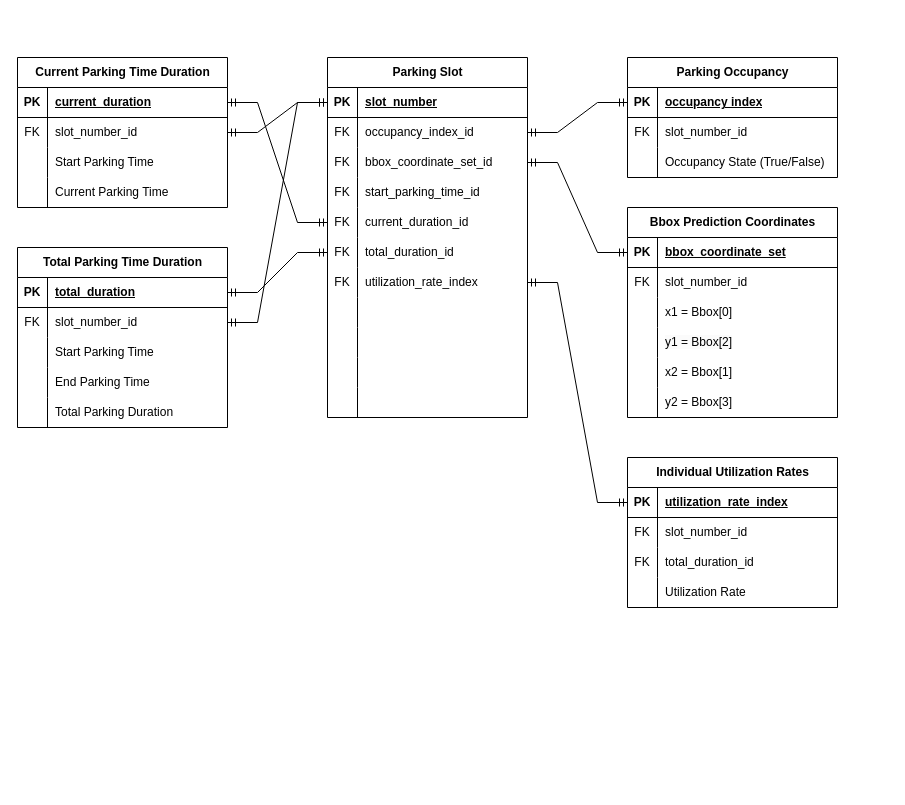
Above: sql_schema_draft.drawio in j-coching/Parking-Management-BIM-Expt (draw.io), before the change. Source tidied: cells renumbered, new cells numbered last; positions are measured from the earlier drawing's top-left corner, leaving out a move shared by most shapes. Both pictures are drawn from the tidied source at 100%, with x=0, y=0 at pixel (17, 57).
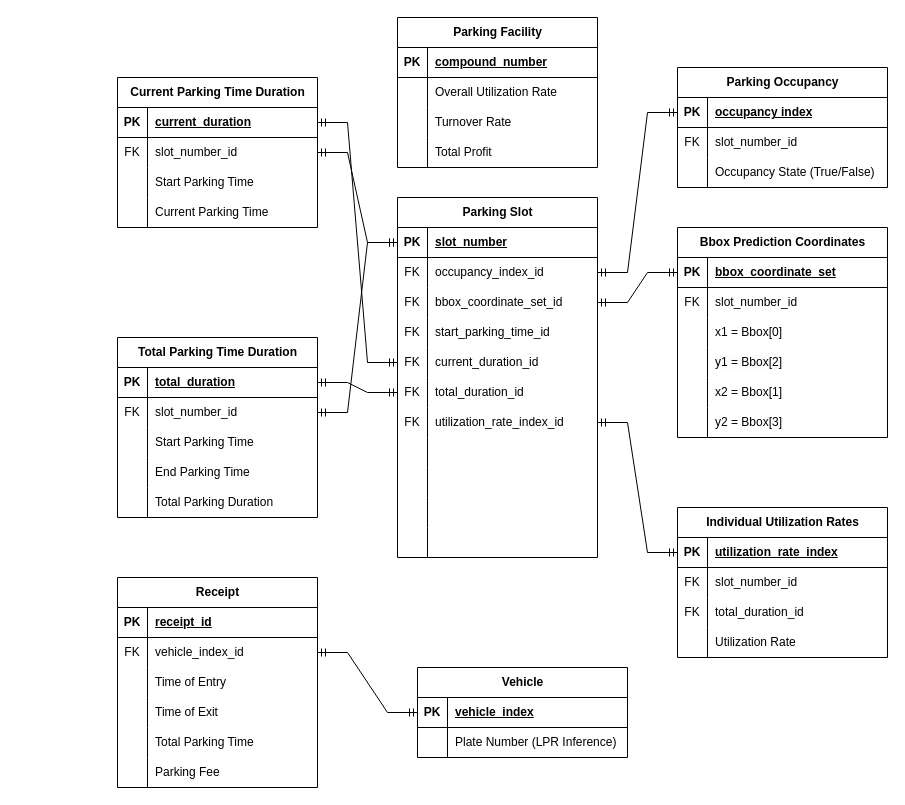
The same diagram, later.

The change refers to these unchanged cells:
```xml
<mxCell id="21" style="shape=tableRow;horizontal=0;startSize=0;swimlaneHead=0;swimlaneBody=0;fillColor=none;points=[[0,0.5],[1,0.5]];portConstraint=eastwest;top=0;left=0;right=0;bottom=0;" parent="2" vertex="1">
  <mxGeometry y="210" width="200" height="30" as="geometry" />
</mxCell>
```

Diff of the diagram source:
```diff
@@
     <mxCell id="2" value="Parking Slot" style="shape=table;startSize=30;childLayout=tableLayout;rowLines=0;fontStyle=1;align=center;html=1;" parent="1" vertex="1">
-      <mxGeometry x="310" width="200" height="360" as="geometry" />
+      <mxGeometry x="380" y="140" width="200" height="360" as="geometry" />
     </mxCell>
@@
-    <mxCell id="23" value="utilization_rate_index" style="shape=partialRectangle;fillColor=none;top=0;left=0;bottom=0;right=0;align=left;spacingLeft=6;overflow=hidden;whiteSpace=wrap;html=1;" parent="21" vertex="1">
+    <mxCell id="23" value="utilization_rate_index_id" style="shape=partialRectangle;fillColor=none;top=0;left=0;bottom=0;right=0;align=left;spacingLeft=6;overflow=hidden;whiteSpace=wrap;html=1;" parent="21" vertex="1">
       <mxGeometry x="30" width="170" height="30" as="geometry" />
     </mxCell>
@@
     <mxCell id="37" value="Parking Occupancy" style="shape=table;startSize=30;childLayout=tableLayout;rowLines=0;fontStyle=1;align=center;html=1;" parent="1" vertex="1">
-      <mxGeometry x="610" width="210" height="120" as="geometry" />
+      <mxGeometry x="660" y="10" width="210" height="120" as="geometry" />
     </mxCell>
@@
     <mxCell id="47" value="Bbox Prediction Coordinates" style="shape=table;startSize=30;childLayout=tableLayout;rowLines=0;fontStyle=1;align=center;html=1;" parent="1" vertex="1">
-      <mxGeometry x="610" y="150" width="210" height="210" as="geometry" />
+      <mxGeometry x="660" y="170" width="210" height="210" as="geometry" />
     </mxCell>
@@
     <mxCell id="67" value="Current Parking Time Duration" style="shape=table;startSize=30;childLayout=tableLayout;rowLines=0;fontStyle=1;align=center;html=1;" parent="1" vertex="1">
-      <mxGeometry width="210" height="150" as="geometry" />
+      <mxGeometry x="100" y="20" width="200" height="150" as="geometry" />
     </mxCell>
     <mxCell id="68" style="shape=tableRow;horizontal=0;startSize=0;swimlaneHead=0;swimlaneBody=0;fillColor=none;points=[[0,0.5],[1,0.5]];portConstraint=eastwest;top=0;left=0;right=0;bottom=1;" parent="67" vertex="1">
-      <mxGeometry y="30" width="210" height="30" as="geometry" />
+      <mxGeometry y="30" width="200" height="30" as="geometry" />
     </mxCell>
@@
     <mxCell id="70" value="current_duration" style="shape=partialRectangle;fillColor=none;top=0;left=0;bottom=0;right=0;align=left;spacingLeft=6;fontStyle=5;overflow=hidden;whiteSpace=wrap;html=1;" parent="68" vertex="1">
-      <mxGeometry x="30" width="180" height="30" as="geometry" />
+      <mxGeometry x="30" width="170" height="30" as="geometry" />
     </mxCell>
     <mxCell id="71" style="shape=tableRow;horizontal=0;startSize=0;swimlaneHead=0;swimlaneBody=0;fillColor=none;points=[[0,0.5],[1,0.5]];portConstraint=eastwest;top=0;left=0;right=0;bottom=0;" parent="67" vertex="1">
-      <mxGeometry y="60" width="210" height="30" as="geometry" />
+      <mxGeometry y="60" width="200" height="30" as="geometry" />
     </mxCell>
@@
     <mxCell id="73" value="slot_number_id" style="shape=partialRectangle;fillColor=none;top=0;left=0;bottom=0;right=0;align=left;spacingLeft=6;overflow=hidden;whiteSpace=wrap;html=1;" parent="71" vertex="1">
-      <mxGeometry x="30" width="180" height="30" as="geometry" />
+      <mxGeometry x="30" width="170" height="30" as="geometry" />
     </mxCell>
     <mxCell id="74" style="shape=tableRow;horizontal=0;startSize=0;swimlaneHead=0;swimlaneBody=0;fillColor=none;top=0;left=0;right=0;bottom=0;" parent="67" vertex="1">
-      <mxGeometry y="90" width="210" height="30" as="geometry" />
+      <mxGeometry y="90" width="200" height="30" as="geometry" />
     </mxCell>
@@
     <mxCell id="76" value="Start Parking Time" style="shape=partialRectangle;fillColor=none;top=0;left=0;bottom=0;right=0;align=left;spacingLeft=6;overflow=hidden;whiteSpace=wrap;html=1;" parent="74" vertex="1">
-      <mxGeometry x="30" width="180" height="30" as="geometry" />
+      <mxGeometry x="30" width="170" height="30" as="geometry" />
     </mxCell>
     <mxCell id="77" style="shape=tableRow;horizontal=0;startSize=0;swimlaneHead=0;swimlaneBody=0;fillColor=none;top=0;left=0;right=0;bottom=0;" parent="67" vertex="1">
-      <mxGeometry y="120" width="210" height="30" as="geometry" />
+      <mxGeometry y="120" width="200" height="30" as="geometry" />
     </mxCell>
@@
     <mxCell id="79" value="Current Parking Time" style="shape=partialRectangle;fillColor=none;top=0;left=0;bottom=0;right=0;align=left;spacingLeft=6;overflow=hidden;whiteSpace=wrap;html=1;" parent="77" vertex="1">
-      <mxGeometry x="30" width="180" height="30" as="geometry" />
+      <mxGeometry x="30" width="170" height="30" as="geometry" />
     </mxCell>
@@
     <mxCell id="81" value="Total Parking Time Duration" style="shape=table;startSize=30;childLayout=tableLayout;rowLines=0;fontStyle=1;align=center;html=1;" parent="1" vertex="1">
-      <mxGeometry y="190" width="210" height="180" as="geometry" />
+      <mxGeometry x="100" y="280" width="200" height="180" as="geometry" />
     </mxCell>
     <mxCell id="82" style="shape=tableRow;horizontal=0;startSize=0;swimlaneHead=0;swimlaneBody=0;fillColor=none;points=[[0,0.5],[1,0.5]];portConstraint=eastwest;top=0;left=0;right=0;bottom=1;" parent="81" vertex="1">
-      <mxGeometry y="30" width="210" height="30" as="geometry" />
+      <mxGeometry y="30" width="200" height="30" as="geometry" />
     </mxCell>
@@
     <mxCell id="84" value="total_duration" style="shape=partialRectangle;fillColor=none;top=0;left=0;bottom=0;right=0;align=left;spacingLeft=6;fontStyle=5;overflow=hidden;whiteSpace=wrap;html=1;" parent="82" vertex="1">
-      <mxGeometry x="30" width="180" height="30" as="geometry" />
+      <mxGeometry x="30" width="170" height="30" as="geometry" />
     </mxCell>
     <mxCell id="85" style="shape=tableRow;horizontal=0;startSize=0;swimlaneHead=0;swimlaneBody=0;fillColor=none;points=[[0,0.5],[1,0.5]];portConstraint=eastwest;top=0;left=0;right=0;bottom=0;" parent="81" vertex="1">
-      <mxGeometry y="60" width="210" height="30" as="geometry" />
+      <mxGeometry y="60" width="200" height="30" as="geometry" />
     </mxCell>
@@
     <mxCell id="87" value="slot_number_id" style="shape=partialRectangle;fillColor=none;top=0;left=0;bottom=0;right=0;align=left;spacingLeft=6;overflow=hidden;whiteSpace=wrap;html=1;" parent="85" vertex="1">
-      <mxGeometry x="30" width="180" height="30" as="geometry" />
+      <mxGeometry x="30" width="170" height="30" as="geometry" />
     </mxCell>
     <mxCell id="88" style="shape=tableRow;horizontal=0;startSize=0;swimlaneHead=0;swimlaneBody=0;fillColor=none;top=0;left=0;right=0;bottom=0;" parent="81" vertex="1">
-      <mxGeometry y="90" width="210" height="30" as="geometry" />
+      <mxGeometry y="90" width="200" height="30" as="geometry" />
     </mxCell>
@@
     <mxCell id="90" value="Start Parking Time" style="shape=partialRectangle;fillColor=none;top=0;left=0;bottom=0;right=0;align=left;spacingLeft=6;overflow=hidden;whiteSpace=wrap;html=1;" parent="88" vertex="1">
-      <mxGeometry x="30" width="180" height="30" as="geometry" />
+      <mxGeometry x="30" width="170" height="30" as="geometry" />
     </mxCell>
     <mxCell id="91" style="shape=tableRow;horizontal=0;startSize=0;swimlaneHead=0;swimlaneBody=0;fillColor=none;top=0;left=0;right=0;bottom=0;" parent="81" vertex="1">
-      <mxGeometry y="120" width="210" height="30" as="geometry" />
+      <mxGeometry y="120" width="200" height="30" as="geometry" />
     </mxCell>
@@
     <mxCell id="93" value="End Parking Time" style="shape=partialRectangle;fillColor=none;top=0;left=0;bottom=0;right=0;align=left;spacingLeft=6;overflow=hidden;whiteSpace=wrap;html=1;" parent="91" vertex="1">
-      <mxGeometry x="30" width="180" height="30" as="geometry" />
+      <mxGeometry x="30" width="170" height="30" as="geometry" />
     </mxCell>
     <mxCell id="94" style="shape=tableRow;horizontal=0;startSize=0;swimlaneHead=0;swimlaneBody=0;fillColor=none;top=0;left=0;right=0;bottom=0;" parent="81" vertex="1">
-      <mxGeometry y="150" width="210" height="30" as="geometry" />
+      <mxGeometry y="150" width="200" height="30" as="geometry" />
     </mxCell>
@@
     <mxCell id="96" value="Total Parking Duration" style="shape=partialRectangle;fillColor=none;top=0;left=0;bottom=0;right=0;align=left;spacingLeft=6;overflow=hidden;whiteSpace=wrap;html=1;" parent="94" vertex="1">
-      <mxGeometry x="30" width="180" height="30" as="geometry" />
+      <mxGeometry x="30" width="170" height="30" as="geometry" />
     </mxCell>
@@
     <mxCell id="100" value="Individual Utilization Rates" style="shape=table;startSize=30;childLayout=tableLayout;rowLines=0;fontStyle=1;align=center;html=1;" parent="1" vertex="1">
-      <mxGeometry x="610" y="400" width="210" height="150" as="geometry" />
+      <mxGeometry x="660" y="450" width="210" height="150" as="geometry" />
     </mxCell>
@@
+    <mxCell id="114" value="Parking Facility" style="shape=table;startSize=30;childLayout=tableLayout;rowLines=0;fontStyle=1;align=center;html=1;" parent="1" vertex="1">
+      <mxGeometry x="380" y="-40" width="200" height="150" as="geometry" />
+    </mxCell>
+    <mxCell id="115" style="shape=tableRow;horizontal=0;startSize=0;swimlaneHead=0;swimlaneBody=0;fillColor=none;top=0;left=0;right=0;bottom=1;" parent="114" vertex="1">
+      <mxGeometry y="30" width="200" height="30" as="geometry" />
+    </mxCell>
+    <mxCell id="116" value="PK" style="shape=partialRectangle;fillColor=none;top=0;left=0;bottom=0;right=0;fontStyle=1;overflow=hidden;whiteSpace=wrap;html=1;" parent="115" vertex="1">
+      <mxGeometry width="30" height="30" as="geometry" />
+    </mxCell>
+    <mxCell id="117" value="compound_number" style="shape=partialRectangle;fillColor=none;top=0;left=0;bottom=0;right=0;align=left;spacingLeft=6;fontStyle=5;overflow=hidden;whiteSpace=wrap;html=1;" parent="115" vertex="1">
+      <mxGeometry x="30" width="170" height="30" as="geometry" />
+    </mxCell>
+    <mxCell id="118" style="shape=tableRow;horizontal=0;startSize=0;swimlaneHead=0;swimlaneBody=0;fillColor=none;top=0;left=0;right=0;bottom=0;" parent="114" vertex="1">
+      <mxGeometry y="60" width="200" height="30" as="geometry" />
+    </mxCell>
+    <mxCell id="119" style="shape=partialRectangle;fillColor=none;top=0;left=0;bottom=0;right=0;overflow=hidden;whiteSpace=wrap;html=1;" parent="118" vertex="1">
+      <mxGeometry width="30" height="30" as="geometry" />
+    </mxCell>
+    <mxCell id="120" value="Overall Utilization Rate" style="shape=partialRectangle;fillColor=none;top=0;left=0;bottom=0;right=0;align=left;spacingLeft=6;overflow=hidden;whiteSpace=wrap;html=1;" parent="118" vertex="1">
+      <mxGeometry x="30" width="170" height="30" as="geometry" />
+    </mxCell>
+    <mxCell id="121" style="shape=tableRow;horizontal=0;startSize=0;swimlaneHead=0;swimlaneBody=0;fillColor=none;top=0;left=0;right=0;bottom=0;" parent="114" vertex="1">
+      <mxGeometry y="90" width="200" height="30" as="geometry" />
+    </mxCell>
+    <mxCell id="122" style="shape=partialRectangle;fillColor=none;top=0;left=0;bottom=0;right=0;overflow=hidden;whiteSpace=wrap;html=1;" parent="121" vertex="1">
+      <mxGeometry width="30" height="30" as="geometry" />
+    </mxCell>
+    <mxCell id="123" value="Turnover Rate" style="shape=partialRectangle;fillColor=none;top=0;left=0;bottom=0;right=0;align=left;spacingLeft=6;overflow=hidden;whiteSpace=wrap;html=1;" parent="121" vertex="1">
+      <mxGeometry x="30" width="170" height="30" as="geometry" />
+    </mxCell>
+    <mxCell id="124" style="shape=tableRow;horizontal=0;startSize=0;swimlaneHead=0;swimlaneBody=0;fillColor=none;top=0;left=0;right=0;bottom=0;" parent="114" vertex="1">
+      <mxGeometry y="120" width="200" height="30" as="geometry" />
+    </mxCell>
+    <mxCell id="125" style="shape=partialRectangle;fillColor=none;top=0;left=0;bottom=0;right=0;overflow=hidden;whiteSpace=wrap;html=1;" parent="124" vertex="1">
+      <mxGeometry width="30" height="30" as="geometry" />
+    </mxCell>
+    <mxCell id="126" value="Total Profit" style="shape=partialRectangle;fillColor=none;top=0;left=0;bottom=0;right=0;align=left;spacingLeft=6;overflow=hidden;whiteSpace=wrap;html=1;" parent="124" vertex="1">
+      <mxGeometry x="30" width="170" height="30" as="geometry" />
+    </mxCell>
+    <mxCell id="127" value="Vehicle" style="shape=table;startSize=30;childLayout=tableLayout;rowLines=0;fontStyle=1;align=center;html=1;" parent="1" vertex="1">
+      <mxGeometry x="400" y="610" width="210" height="90" as="geometry" />
+    </mxCell>
+    <mxCell id="128" style="shape=tableRow;horizontal=0;startSize=0;swimlaneHead=0;swimlaneBody=0;fillColor=none;points=[[0,0.5],[1,0.5]];portConstraint=eastwest;top=0;left=0;right=0;bottom=1;" parent="127" vertex="1">
+      <mxGeometry y="30" width="210" height="30" as="geometry" />
+    </mxCell>
+    <mxCell id="129" value="PK" style="shape=partialRectangle;fillColor=none;top=0;left=0;bottom=0;right=0;fontStyle=1;overflow=hidden;whiteSpace=wrap;html=1;" parent="128" vertex="1">
+      <mxGeometry width="30" height="30" as="geometry" />
+    </mxCell>
+    <mxCell id="130" value="vehicle_index" style="shape=partialRectangle;fillColor=none;top=0;left=0;bottom=0;right=0;align=left;spacingLeft=6;fontStyle=5;overflow=hidden;whiteSpace=wrap;html=1;" parent="128" vertex="1">
+      <mxGeometry x="30" width="180" height="30" as="geometry" />
+    </mxCell>
+    <mxCell id="131" style="shape=tableRow;horizontal=0;startSize=0;swimlaneHead=0;swimlaneBody=0;fillColor=none;top=0;left=0;right=0;bottom=0;" parent="127" vertex="1">
+      <mxGeometry y="60" width="210" height="30" as="geometry" />
+    </mxCell>
+    <mxCell id="132" style="shape=partialRectangle;fillColor=none;top=0;left=0;bottom=0;right=0;overflow=hidden;whiteSpace=wrap;html=1;" parent="131" vertex="1">
+      <mxGeometry width="30" height="30" as="geometry" />
+    </mxCell>
+    <mxCell id="133" value="Plate Number (LPR Inference)" style="shape=partialRectangle;fillColor=none;top=0;left=0;bottom=0;right=0;align=left;spacingLeft=6;overflow=hidden;whiteSpace=wrap;html=1;" parent="131" vertex="1">
+      <mxGeometry x="30" width="180" height="30" as="geometry" />
+    </mxCell>
+    <mxCell id="134" value="Receipt" style="shape=table;startSize=30;childLayout=tableLayout;rowLines=0;fontStyle=1;align=center;html=1;" parent="1" vertex="1">
+      <mxGeometry x="100" y="520" width="200" height="210" as="geometry" />
+    </mxCell>
+    <mxCell id="135" style="shape=tableRow;horizontal=0;startSize=0;swimlaneHead=0;swimlaneBody=0;fillColor=none;top=0;left=0;right=0;bottom=1;" parent="134" vertex="1">
+      <mxGeometry y="30" width="200" height="30" as="geometry" />
+    </mxCell>
+    <mxCell id="136" value="PK" style="shape=partialRectangle;fillColor=none;top=0;left=0;bottom=0;right=0;fontStyle=1;overflow=hidden;whiteSpace=wrap;html=1;" parent="135" vertex="1">
+      <mxGeometry width="30" height="30" as="geometry" />
+    </mxCell>
+    <mxCell id="137" value="receipt_id" style="shape=partialRectangle;fillColor=none;top=0;left=0;bottom=0;right=0;align=left;spacingLeft=6;fontStyle=5;overflow=hidden;whiteSpace=wrap;html=1;" parent="135" vertex="1">
+      <mxGeometry x="30" width="170" height="30" as="geometry" />
+    </mxCell>
+    <mxCell id="138" style="shape=tableRow;horizontal=0;startSize=0;swimlaneHead=0;swimlaneBody=0;fillColor=none;points=[[0,0.5],[1,0.5]];portConstraint=eastwest;top=0;left=0;right=0;bottom=0;" parent="134" vertex="1">
+      <mxGeometry y="60" width="200" height="30" as="geometry" />
+    </mxCell>
+    <mxCell id="139" value="FK" style="shape=partialRectangle;fillColor=none;top=0;left=0;bottom=0;right=0;overflow=hidden;whiteSpace=wrap;html=1;" parent="138" vertex="1">
+      <mxGeometry width="30" height="30" as="geometry" />
+    </mxCell>
+    <mxCell id="140" value="vehicle_index_id" style="shape=partialRectangle;fillColor=none;top=0;left=0;bottom=0;right=0;align=left;spacingLeft=6;overflow=hidden;whiteSpace=wrap;html=1;" parent="138" vertex="1">
+      <mxGeometry x="30" width="170" height="30" as="geometry" />
+    </mxCell>
+    <mxCell id="141" style="shape=tableRow;horizontal=0;startSize=0;swimlaneHead=0;swimlaneBody=0;fillColor=none;top=0;left=0;right=0;bottom=0;" parent="134" vertex="1">
+      <mxGeometry y="90" width="200" height="30" as="geometry" />
+    </mxCell>
+    <mxCell id="142" style="shape=partialRectangle;fillColor=none;top=0;left=0;bottom=0;right=0;overflow=hidden;whiteSpace=wrap;html=1;" parent="141" vertex="1">
+      <mxGeometry width="30" height="30" as="geometry" />
+    </mxCell>
+    <mxCell id="143" value="Time of Entry" style="shape=partialRectangle;fillColor=none;top=0;left=0;bottom=0;right=0;align=left;spacingLeft=6;overflow=hidden;whiteSpace=wrap;html=1;" parent="141" vertex="1">
+      <mxGeometry x="30" width="170" height="30" as="geometry" />
+    </mxCell>
+    <mxCell id="144" style="shape=tableRow;horizontal=0;startSize=0;swimlaneHead=0;swimlaneBody=0;fillColor=none;top=0;left=0;right=0;bottom=0;" parent="134" vertex="1">
+      <mxGeometry y="120" width="200" height="30" as="geometry" />
+    </mxCell>
+    <mxCell id="145" style="shape=partialRectangle;fillColor=none;top=0;left=0;bottom=0;right=0;overflow=hidden;whiteSpace=wrap;html=1;" parent="144" vertex="1">
+      <mxGeometry width="30" height="30" as="geometry" />
+    </mxCell>
+    <mxCell id="146" value="Time of Exit" style="shape=partialRectangle;fillColor=none;top=0;left=0;bottom=0;right=0;align=left;spacingLeft=6;overflow=hidden;whiteSpace=wrap;html=1;" parent="144" vertex="1">
+      <mxGeometry x="30" width="170" height="30" as="geometry" />
+    </mxCell>
+    <mxCell id="147" style="shape=tableRow;horizontal=0;startSize=0;swimlaneHead=0;swimlaneBody=0;fillColor=none;top=0;left=0;right=0;bottom=0;" parent="134" vertex="1">
+      <mxGeometry y="150" width="200" height="30" as="geometry" />
+    </mxCell>
+    <mxCell id="148" style="shape=partialRectangle;fillColor=none;top=0;left=0;bottom=0;right=0;overflow=hidden;whiteSpace=wrap;html=1;" parent="147" vertex="1">
+      <mxGeometry width="30" height="30" as="geometry" />
+    </mxCell>
+    <mxCell id="149" value="Total Parking Time" style="shape=partialRectangle;fillColor=none;top=0;left=0;bottom=0;right=0;align=left;spacingLeft=6;overflow=hidden;whiteSpace=wrap;html=1;" parent="147" vertex="1">
+      <mxGeometry x="30" width="170" height="30" as="geometry" />
+    </mxCell>
+    <mxCell id="150" style="shape=tableRow;horizontal=0;startSize=0;swimlaneHead=0;swimlaneBody=0;fillColor=none;top=0;left=0;right=0;bottom=0;" parent="134" vertex="1">
+      <mxGeometry y="180" width="200" height="30" as="geometry" />
+    </mxCell>
+    <mxCell id="151" style="shape=partialRectangle;fillColor=none;top=0;left=0;bottom=0;right=0;overflow=hidden;whiteSpace=wrap;html=1;" parent="150" vertex="1">
+      <mxGeometry width="30" height="30" as="geometry" />
+    </mxCell>
+    <mxCell id="152" value="Parking Fee" style="shape=partialRectangle;fillColor=none;top=0;left=0;bottom=0;right=0;align=left;spacingLeft=6;overflow=hidden;whiteSpace=wrap;html=1;" parent="150" vertex="1">
+      <mxGeometry x="30" width="170" height="30" as="geometry" />
+    </mxCell>
+    <mxCell id="153" style="edgeStyle=entityRelationEdgeStyle;fontSize=12;html=1;endArrow=ERmandOne;startArrow=ERmandOne;rounded=0;exitX=1;exitY=0.5;exitDx=0;exitDy=0;" parent="1" edge="1" source="138" target="128">
+      <mxGeometry relative="1" as="geometry" />
+    </mxCell>
```
